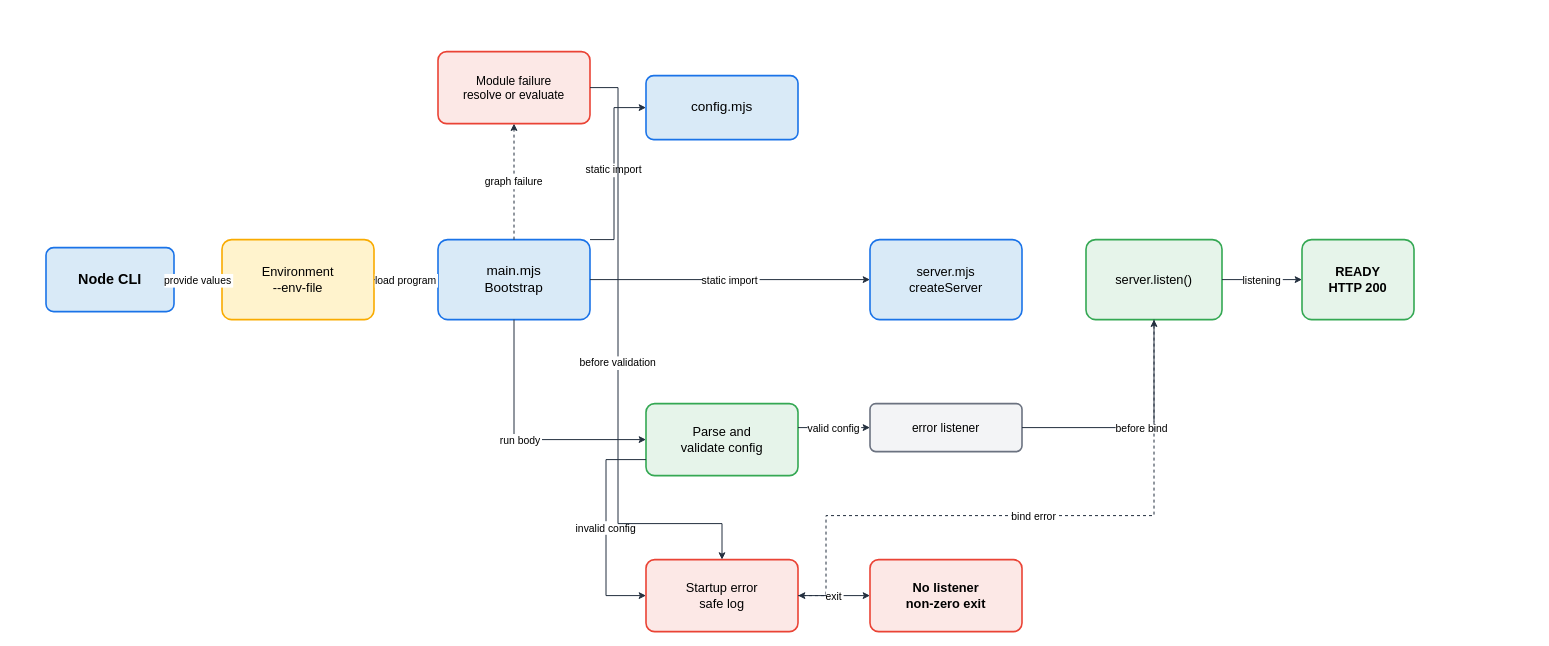
The draw.io diagram assets/img/nodejs/node-esm-startup-config-flow.drawio in KKamJi98/kkamji98.github.io, before the edit. Source tidied: cells renumbered, new cells numbered last; positions are measured from the earlier drawing's top-left corner, leaving out a move shared by most shapes. Both pictures are drawn from the tidied source at 80%, with x=0, y=0 at pixel (46, 51).
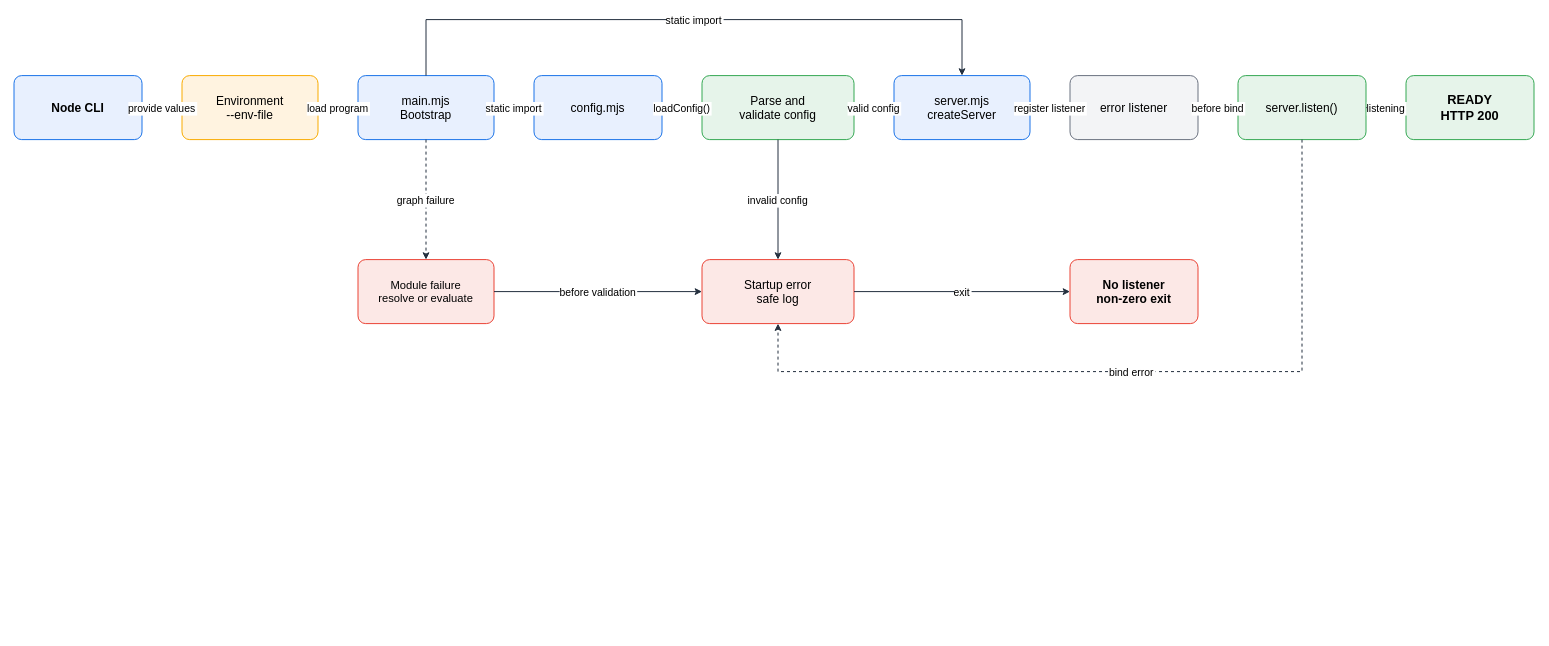
The same diagram, later.

Diff of the diagram source:
```diff
@@
-    <mxCell id="2" value="Node CLI" style="rounded=1;arcSize=12;whiteSpace=wrap;html=1;fillColor=#D9EAF7;strokeColor=#1A73E8;strokeWidth=2;fontColor=#000000;fontSize=18;fontStyle=1;align=center;verticalAlign=middle;shadow=0;" parent="1" vertex="1">
-      <mxGeometry y="245" width="160" height="80" as="geometry" />
+    <mxCell id="2" value="Node CLI" style="rounded=1;arcSize=12;whiteSpace=wrap;html=0;fillColor=#E8F0FE;strokeColor=#1A73E8;strokeWidth=1.25;fontColor=#000000;fontSize=15;fontStyle=1;align=center;verticalAlign=middle;" parent="1" vertex="1">
+      <mxGeometry x="-40" y="30" width="160" height="80" as="geometry" />
     </mxCell>
-    <mxCell id="3" value="Environment&lt;br&gt;--env-file" style="rounded=1;arcSize=12;whiteSpace=wrap;html=1;fillColor=#FFF3CD;strokeColor=#F9AB00;strokeWidth=2;fontColor=#000000;fontSize=16;align=center;verticalAlign=middle;shadow=0;" parent="1" vertex="1">
-      <mxGeometry x="220" y="235" width="190" height="100" as="geometry" />
+    <mxCell id="3" value="Environment&#10;--env-file" style="rounded=1;arcSize=12;whiteSpace=wrap;html=0;fillColor=#FFF3E0;strokeColor=#F9AB00;strokeWidth=1.25;fontColor=#000000;fontSize=15;align=center;verticalAlign=middle;" parent="1" vertex="1">
+      <mxGeometry x="170" y="30" width="170" height="80" as="geometry" />
     </mxCell>
-    <mxCell id="4" value="main.mjs&lt;br&gt;Bootstrap" style="rounded=1;arcSize=12;whiteSpace=wrap;html=1;fillColor=#D9EAF7;strokeColor=#1A73E8;strokeWidth=2;fontColor=#000000;fontSize=17;align=center;verticalAlign=middle;shadow=0;" parent="1" vertex="1">
-      <mxGeometry x="490" y="235" width="190" height="100" as="geometry" />
+    <mxCell id="4" value="main.mjs&#10;Bootstrap" style="rounded=1;arcSize=12;whiteSpace=wrap;html=0;fillColor=#E8F0FE;strokeColor=#1A73E8;strokeWidth=1.25;fontColor=#000000;fontSize=15;align=center;verticalAlign=middle;" parent="1" vertex="1">
+      <mxGeometry x="390" y="30" width="170" height="80" as="geometry" />
     </mxCell>
-    <mxCell id="5" value="config.mjs" style="rounded=1;arcSize=12;whiteSpace=wrap;html=1;fillColor=#D9EAF7;strokeColor=#1A73E8;strokeWidth=2;fontColor=#000000;fontSize=17;align=center;verticalAlign=middle;shadow=0;" parent="1" vertex="1">
-      <mxGeometry x="750" y="30" width="190" height="80" as="geometry" />
+    <mxCell id="5" value="config.mjs" style="rounded=1;arcSize=12;whiteSpace=wrap;html=0;fillColor=#E8F0FE;strokeColor=#1A73E8;strokeWidth=1.25;fontColor=#000000;fontSize=15;align=center;verticalAlign=middle;" parent="1" vertex="1">
+      <mxGeometry x="610" y="30" width="160" height="80" as="geometry" />
     </mxCell>
+    <mxCell id="7" value="Parse and&#10;validate config" style="rounded=1;arcSize=12;whiteSpace=wrap;html=0;fillColor=#E6F4EA;strokeColor=#34A853;strokeWidth=1.25;fontColor=#000000;fontSize=15;align=center;verticalAlign=middle;" parent="1" vertex="1">
+      <mxGeometry x="820" y="30" width="190" height="80" as="geometry" />
+    </mxCell>
-    <mxCell id="6" value="server.mjs&lt;br&gt;createServer" style="rounded=1;arcSize=12;whiteSpace=wrap;html=1;fillColor=#D9EAF7;strokeColor=#1A73E8;strokeWidth=2;fontColor=#000000;fontSize=16;align=center;verticalAlign=middle;shadow=0;" parent="1" vertex="1">
-      <mxGeometry x="1030" y="235" width="190" height="100" as="geometry" />
+    <mxCell id="6" value="server.mjs&#10;createServer" style="rounded=1;arcSize=12;whiteSpace=wrap;html=0;fillColor=#E8F0FE;strokeColor=#1A73E8;strokeWidth=1.25;fontColor=#000000;fontSize=15;align=center;verticalAlign=middle;" parent="1" vertex="1">
+      <mxGeometry x="1060" y="30" width="170" height="80" as="geometry" />
     </mxCell>
-    <mxCell id="7" value="Parse and&lt;br&gt;validate config" style="rounded=1;arcSize=12;whiteSpace=wrap;html=1;fillColor=#E6F4EA;strokeColor=#34A853;strokeWidth=2;fontColor=#000000;fontSize=16;align=center;verticalAlign=middle;shadow=0;" parent="1" vertex="1">
-      <mxGeometry x="750" y="440" width="190" height="90" as="geometry" />
-    </mxCell>
-    <mxCell id="8" value="error listener" style="rounded=1;arcSize=12;whiteSpace=wrap;html=1;fillColor=#F3F4F6;strokeColor=#6B7280;strokeWidth=2;fontColor=#000000;fontSize=15;align=center;verticalAlign=middle;shadow=0;" parent="1" vertex="1">
-      <mxGeometry x="1030" y="440" width="190" height="60" as="geometry" />
+    <mxCell id="8" value="error listener" style="rounded=1;arcSize=12;whiteSpace=wrap;html=0;fillColor=#F3F4F6;strokeColor=#6B7280;strokeWidth=1.25;fontColor=#000000;fontSize=15;align=center;verticalAlign=middle;" parent="1" vertex="1">
+      <mxGeometry x="1280" y="30" width="160" height="80" as="geometry" />
     </mxCell>
-    <mxCell id="9" value="server.listen()" style="rounded=1;arcSize=12;whiteSpace=wrap;html=1;fillColor=#E6F4EA;strokeColor=#34A853;strokeWidth=2;fontColor=#000000;fontSize=16;align=center;verticalAlign=middle;shadow=0;" parent="1" vertex="1">
-      <mxGeometry x="1300" y="235" width="170" height="100" as="geometry" />
+    <mxCell id="9" value="server.listen()" style="rounded=1;arcSize=12;whiteSpace=wrap;html=0;fillColor=#E6F4EA;strokeColor=#34A853;strokeWidth=1.25;fontColor=#000000;fontSize=15;align=center;verticalAlign=middle;" parent="1" vertex="1">
+      <mxGeometry x="1490" y="30" width="160" height="80" as="geometry" />
     </mxCell>
-    <mxCell id="10" value="READY&lt;br&gt;HTTP 200" style="rounded=1;arcSize=12;whiteSpace=wrap;html=1;fillColor=#E6F4EA;strokeColor=#34A853;strokeWidth=2;fontColor=#000000;fontSize=16;fontStyle=1;align=center;verticalAlign=middle;shadow=0;" parent="1" vertex="1">
-      <mxGeometry x="1570" y="235" width="140" height="100" as="geometry" />
+    <mxCell id="10" value="READY&#10;HTTP 200" style="rounded=1;arcSize=12;whiteSpace=wrap;html=0;fillColor=#E6F4EA;strokeColor=#34A853;strokeWidth=1.25;fontColor=#000000;fontSize=16;fontStyle=1;align=center;verticalAlign=middle;" parent="1" vertex="1">
+      <mxGeometry x="1700" y="30" width="160" height="80" as="geometry" />
     </mxCell>
-    <mxCell id="11" value="Module failure&lt;br&gt;resolve or evaluate" style="rounded=1;arcSize=12;whiteSpace=wrap;html=1;fillColor=#FCE8E6;strokeColor=#EA4335;strokeWidth=2;fontColor=#000000;fontSize=15;align=center;verticalAlign=middle;shadow=0;" parent="1" vertex="1">
-      <mxGeometry x="490" width="190" height="90" as="geometry" />
+    <mxCell id="11" value="Module failure&#10;resolve or evaluate" style="rounded=1;arcSize=12;whiteSpace=wrap;html=0;fillColor=#FCE8E6;strokeColor=#EA4335;strokeWidth=1.25;fontColor=#000000;fontSize=14;align=center;verticalAlign=middle;" parent="1" vertex="1">
+      <mxGeometry x="390" y="260" width="170" height="80" as="geometry" />
     </mxCell>
-    <mxCell id="12" value="Startup error&lt;br&gt;safe log" style="rounded=1;arcSize=12;whiteSpace=wrap;html=1;fillColor=#FCE8E6;strokeColor=#EA4335;strokeWidth=2;fontColor=#000000;fontSize=16;align=center;verticalAlign=middle;shadow=0;" parent="1" vertex="1">
-      <mxGeometry x="750" y="635" width="190" height="90" as="geometry" />
+    <mxCell id="12" value="Startup error&#10;safe log" style="rounded=1;arcSize=12;whiteSpace=wrap;html=0;fillColor=#FCE8E6;strokeColor=#EA4335;strokeWidth=1.25;fontColor=#000000;fontSize=15;align=center;verticalAlign=middle;" parent="1" vertex="1">
+      <mxGeometry x="820" y="260" width="190" height="80" as="geometry" />
     </mxCell>
-    <mxCell id="13" value="No listener&lt;br&gt;non-zero exit" style="rounded=1;arcSize=12;whiteSpace=wrap;html=1;fillColor=#FCE8E6;strokeColor=#EA4335;strokeWidth=2;fontColor=#000000;fontSize=16;fontStyle=1;align=center;verticalAlign=middle;shadow=0;" parent="1" vertex="1">
-      <mxGeometry x="1030" y="635" width="190" height="90" as="geometry" />
+    <mxCell id="13" value="No listener&#10;non-zero exit" style="rounded=1;arcSize=12;whiteSpace=wrap;html=0;fillColor=#FCE8E6;strokeColor=#EA4335;strokeWidth=1.25;fontColor=#000000;fontSize=15;fontStyle=1;align=center;verticalAlign=middle;" parent="1" vertex="1">
+      <mxGeometry x="1280" y="260" width="160" height="80" as="geometry" />
     </mxCell>
@@
-    <mxCell id="16" value="static import" style="edgeStyle=orthogonalEdgeStyle;rounded=0;html=0;strokeColor=#232F3E;strokeWidth=1.25;fontColor=#000000;fontSize=13;labelBackgroundColor=#FFFFFF;exitX=1;exitY=0;entryX=0;entryY=0.5;" parent="1" edge="1" source="4" target="5">
-      <mxGeometry relative="1" as="geometry">
-        <Array as="points">
-          <mxPoint x="710" y="235" />
-          <mxPoint x="710" y="70" />
-        </Array>
-      </mxGeometry>
+    <mxCell id="16" value="static import" style="edgeStyle=orthogonalEdgeStyle;rounded=0;html=0;strokeColor=#232F3E;strokeWidth=1.25;fontColor=#000000;fontSize=13;labelBackgroundColor=#FFFFFF;exitX=1;exitY=0.5;entryX=0;entryY=0.5;" parent="1" edge="1" source="4" target="5">
+      <mxGeometry relative="1" as="geometry" />
     </mxCell>
+    <mxCell id="27" value="loadConfig()" style="edgeStyle=orthogonalEdgeStyle;rounded=0;html=0;strokeColor=#232F3E;strokeWidth=1.25;fontColor=#000000;fontSize=13;labelBackgroundColor=#FFFFFF;exitX=1;exitY=0.5;entryX=0;entryY=0.5;" parent="1" edge="1" source="5" target="7">
+      <mxGeometry relative="1" as="geometry" />
+    </mxCell>
+    <mxCell id="20" value="valid config" style="edgeStyle=orthogonalEdgeStyle;rounded=0;html=0;strokeColor=#232F3E;strokeWidth=1.25;fontColor=#000000;fontSize=13;labelBackgroundColor=#FFFFFF;exitX=1;exitY=0.5;entryX=0;entryY=0.5;" parent="1" edge="1" source="7" target="6">
+      <mxGeometry relative="1" as="geometry" />
+    </mxCell>
+    <mxCell id="28" value="register listener" style="edgeStyle=orthogonalEdgeStyle;rounded=0;html=0;strokeColor=#232F3E;strokeWidth=1.25;fontColor=#000000;fontSize=13;labelBackgroundColor=#FFFFFF;exitX=1;exitY=0.5;entryX=0;entryY=0.5;" parent="1" edge="1" source="6" target="8">
+      <mxGeometry relative="1" as="geometry" />
+    </mxCell>
+    <mxCell id="21" value="before bind" style="edgeStyle=orthogonalEdgeStyle;rounded=0;html=0;strokeColor=#232F3E;strokeWidth=1.25;fontColor=#000000;fontSize=13;labelBackgroundColor=#FFFFFF;exitX=1;exitY=0.5;entryX=0;entryY=0.5;" parent="1" edge="1" source="8" target="9">
+      <mxGeometry relative="1" as="geometry" />
+    </mxCell>
+    <mxCell id="22" value="listening" style="edgeStyle=orthogonalEdgeStyle;rounded=0;html=0;strokeColor=#232F3E;strokeWidth=1.25;fontColor=#000000;fontSize=13;labelBackgroundColor=#FFFFFF;exitX=1;exitY=0.5;entryX=0;entryY=0.5;" parent="1" edge="1" source="9" target="10">
+      <mxGeometry relative="1" as="geometry" />
+    </mxCell>
-    <mxCell id="17" value="static import" style="edgeStyle=orthogonalEdgeStyle;rounded=0;html=0;strokeColor=#232F3E;strokeWidth=1.25;fontColor=#000000;fontSize=13;labelBackgroundColor=#FFFFFF;exitX=1;exitY=0.5;entryX=0;entryY=0.5;" parent="1" edge="1" source="4" target="6">
-      <mxGeometry relative="1" as="geometry" />
+    <mxCell id="17" value="static import" style="edgeStyle=orthogonalEdgeStyle;rounded=0;html=0;strokeColor=#232F3E;strokeWidth=1.25;fontColor=#000000;fontSize=13;labelBackgroundColor=#FFFFFF;exitX=0.5;exitY=0;entryX=0.5;entryY=0;" parent="1" edge="1" source="4" target="6">
+      <mxGeometry relative="1" as="geometry">
+        <Array as="points">
+          <mxPoint x="475" y="-40" />
+          <mxPoint x="1145" y="-40" />
+        </Array>
+      </mxGeometry>
     </mxCell>
-    <mxCell id="18" value="graph failure" style="edgeStyle=orthogonalEdgeStyle;rounded=0;html=0;dashed=1;strokeColor=#232F3E;strokeWidth=1.25;fontColor=#000000;fontSize=13;labelBackgroundColor=#FFFFFF;exitX=0.5;exitY=0;entryX=0.5;entryY=1;" parent="1" edge="1" source="4" target="11">
+    <mxCell id="18" value="graph failure" style="edgeStyle=orthogonalEdgeStyle;rounded=0;html=0;dashed=1;strokeColor=#232F3E;strokeWidth=1.25;fontColor=#000000;fontSize=13;labelBackgroundColor=#FFFFFF;exitX=0.5;exitY=1;entryX=0.5;entryY=0;" parent="1" edge="1" source="4" target="11">
       <mxGeometry relative="1" as="geometry" />
     </mxCell>
-    <mxCell id="19" value="run body" style="edgeStyle=orthogonalEdgeStyle;rounded=0;html=0;strokeColor=#232F3E;strokeWidth=1.25;fontColor=#000000;fontSize=13;labelBackgroundColor=#FFFFFF;exitX=0.5;exitY=1;entryX=0;entryY=0.5;" parent="1" edge="1" source="4" target="7">
-      <mxGeometry relative="1" as="geometry">
-        <Array as="points">
-          <mxPoint x="585" y="485" />
-        </Array>
-      </mxGeometry>
-    </mxCell>
-    <mxCell id="20" value="valid config" style="edgeStyle=orthogonalEdgeStyle;rounded=0;html=0;strokeColor=#232F3E;strokeWidth=1.25;fontColor=#000000;fontSize=13;labelBackgroundColor=#FFFFFF;exitX=1;exitY=0.3333;entryX=0;entryY=0.5;" parent="1" edge="1" source="7" target="8">
-      <mxGeometry relative="1" as="geometry" />
-    </mxCell>
-    <mxCell id="21" value="before bind" style="edgeStyle=orthogonalEdgeStyle;rounded=0;html=0;strokeColor=#232F3E;strokeWidth=1.25;fontColor=#000000;fontSize=13;labelBackgroundColor=#FFFFFF;exitX=1;exitY=0.5;entryX=0.5;entryY=1;" parent="1" edge="1" source="8" target="9">
-      <mxGeometry relative="1" as="geometry">
-        <Array as="points">
-          <mxPoint x="1385" y="470" />
-        </Array>
-      </mxGeometry>
-    </mxCell>
-    <mxCell id="22" value="listening" style="edgeStyle=orthogonalEdgeStyle;rounded=0;html=0;strokeColor=#232F3E;strokeWidth=1.25;fontColor=#000000;fontSize=13;labelBackgroundColor=#FFFFFF;exitX=1;exitY=0.5;entryX=0;entryY=0.5;" parent="1" edge="1" source="9" target="10">
-      <mxGeometry relative="1" as="geometry" />
-    </mxCell>
-    <mxCell id="23" value="invalid config" style="edgeStyle=orthogonalEdgeStyle;rounded=0;html=0;strokeColor=#232F3E;strokeWidth=1.25;fontColor=#000000;fontSize=13;labelBackgroundColor=#FFFFFF;exitX=0;exitY=0.7778;entryX=0;entryY=0.5;" parent="1" edge="1" source="7" target="12">
-      <mxGeometry relative="1" as="geometry">
-        <Array as="points">
-          <mxPoint x="700" y="510" />
-          <mxPoint x="700" y="680" />
-        </Array>
-      </mxGeometry>
+    <mxCell id="23" value="invalid config" style="edgeStyle=orthogonalEdgeStyle;rounded=0;html=0;strokeColor=#232F3E;strokeWidth=1.25;fontColor=#000000;fontSize=13;labelBackgroundColor=#FFFFFF;exitX=0.5;exitY=1;entryX=0.5;entryY=0;" parent="1" edge="1" source="7" target="12">
+      <mxGeometry relative="1" as="geometry" />
     </mxCell>
-    <mxCell id="24" value="before validation" style="edgeStyle=orthogonalEdgeStyle;rounded=0;html=0;strokeColor=#232F3E;strokeWidth=1.25;fontColor=#000000;fontSize=13;labelBackgroundColor=#FFFFFF;exitX=1;exitY=0.5;entryX=0.5;entryY=0;" parent="1" edge="1" source="11" target="12">
-      <mxGeometry relative="1" as="geometry">
-        <Array as="points">
-          <mxPoint x="715" y="45" />
-          <mxPoint x="715" y="590" />
-          <mxPoint x="845" y="590" />
-        </Array>
-      </mxGeometry>
+    <mxCell id="24" value="before validation" style="edgeStyle=orthogonalEdgeStyle;rounded=0;html=0;strokeColor=#232F3E;strokeWidth=1.25;fontColor=#000000;fontSize=13;labelBackgroundColor=#FFFFFF;exitX=1;exitY=0.5;entryX=0;entryY=0.5;" parent="1" edge="1" source="11" target="12">
+      <mxGeometry relative="1" as="geometry" />
     </mxCell>
+    <mxCell id="26" value="exit" style="edgeStyle=orthogonalEdgeStyle;rounded=0;html=0;strokeColor=#232F3E;strokeWidth=1.25;fontColor=#000000;fontSize=13;labelBackgroundColor=#FFFFFF;exitX=1;exitY=0.5;entryX=0;entryY=0.5;" parent="1" edge="1" source="12" target="13">
+      <mxGeometry relative="1" as="geometry" />
+    </mxCell>
-    <mxCell id="25" value="bind error" style="edgeStyle=orthogonalEdgeStyle;rounded=0;html=0;dashed=1;strokeColor=#232F3E;strokeWidth=1.25;fontColor=#000000;fontSize=13;labelBackgroundColor=#FFFFFF;exitX=0.5;exitY=1;entryX=1;entryY=0.5;" parent="1" edge="1" source="9" target="12">
+    <mxCell id="25" value="bind error" style="edgeStyle=orthogonalEdgeStyle;rounded=0;html=0;dashed=1;strokeColor=#232F3E;strokeWidth=1.25;fontColor=#000000;fontSize=13;labelBackgroundColor=#FFFFFF;exitX=0.5;exitY=1;entryX=0.5;entryY=1;" parent="1" edge="1" source="9" target="12">
       <mxGeometry relative="1" as="geometry">
         <Array as="points">
-          <mxPoint x="1385" y="580" />
-          <mxPoint x="975" y="580" />
-          <mxPoint x="975" y="680" />
+          <mxPoint x="1570" y="400" />
+          <mxPoint x="915" y="400" />
         </Array>
       </mxGeometry>
     </mxCell>
-    <mxCell id="26" value="exit" style="edgeStyle=orthogonalEdgeStyle;rounded=0;html=0;strokeColor=#232F3E;strokeWidth=1.25;fontColor=#000000;fontSize=13;labelBackgroundColor=#FFFFFF;exitX=1;exitY=0.5;entryX=0;entryY=0.5;" parent="1" edge="1" source="12" target="13">
-      <mxGeometry relative="1" as="geometry" />
-    </mxCell>
```
